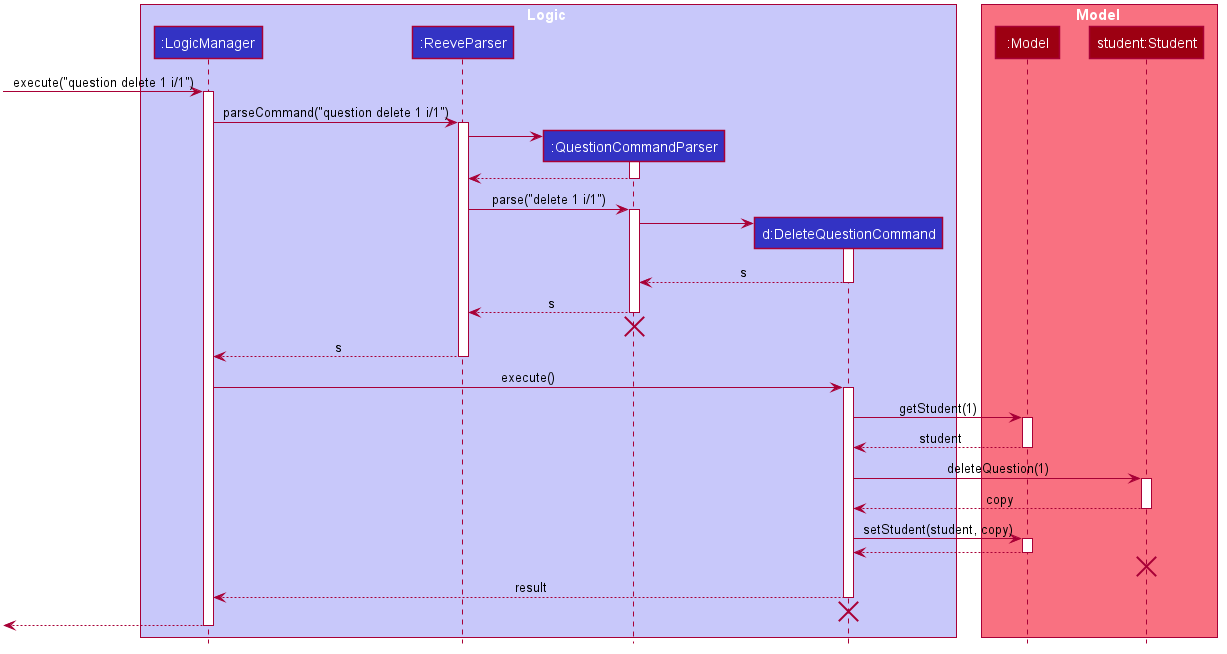
Earlier version of the PlantUML export docs/images/DeleteQuestionSequenceDiagram.png (nus-cs2103-AY2021S1/tp).
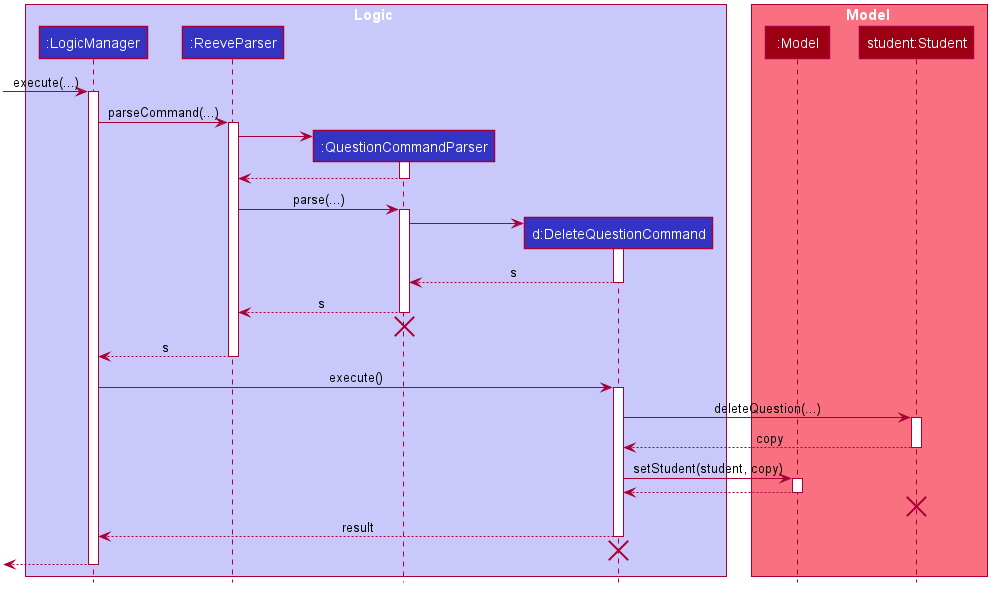
Later version of the same file.

Commit message:
Improve sequence diagrams, PPP

Diff of the diagram source:
```diff
@@ -60,10 +60,10 @@
 participant "student:Student" as Student #9D0012
 end box
 
-[-> LogicManager : execute("question delete 1 i/1")
+[-> LogicManager : execute(...)
 activate LogicManager
 
-LogicManager -> ReeveParser : parseCommand("question delete 1 i/1")
+LogicManager -> ReeveParser : parseCommand(...)
 activate ReeveParser
 
 create QuestionCommandParser
@@ -73,7 +73,7 @@
 QuestionCommandParser --> ReeveParser
 deactivate QuestionCommandParser
 
-ReeveParser -> QuestionCommandParser : parse("delete 1 i/1")
+ReeveParser -> QuestionCommandParser : parse(...)
 activate QuestionCommandParser
 
 create DeleteQuestionCommand
@@ -95,13 +95,7 @@
 LogicManager -> DeleteQuestionCommand : execute()
 activate DeleteQuestionCommand
 
-DeleteQuestionCommand -> Model : getStudent(1)
-activate Model
-
-Model --> DeleteQuestionCommand : student
-deactivate Model
-
-DeleteQuestionCommand -> Student : deleteQuestion(1)
+DeleteQuestionCommand -> Student : deleteQuestion(...)
 activate Student
 
 Student --> DeleteQuestionCommand : copy
```
